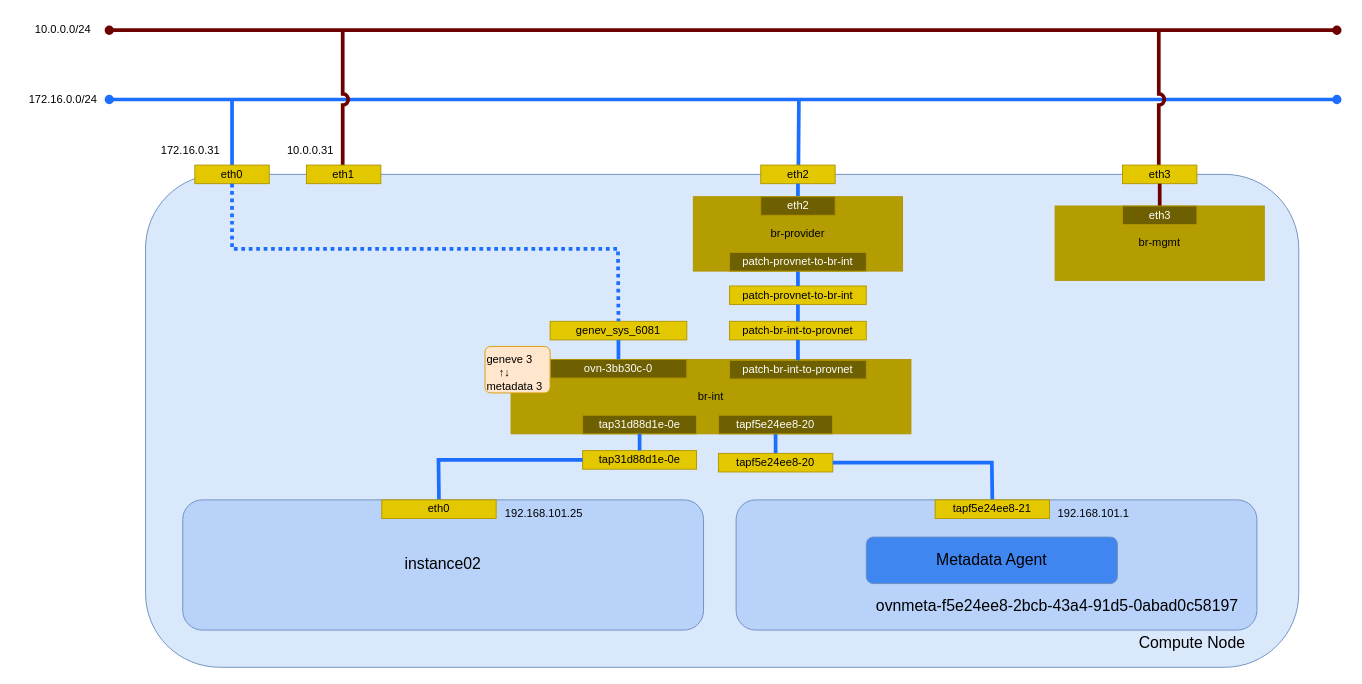
Above: _static/image/network_geneve_instance_ovn.drawio in 9506hqwy/openstack_study_notes (draw.io), before the change. Source tidied: cells renumbered, new cells numbered last; positions are measured from the earlier drawing's top-left corner, leaving out a move shared by most shapes. Both pictures are drawn from the tidied source at 93%, with x=0, y=0 at pixel (16, 16).
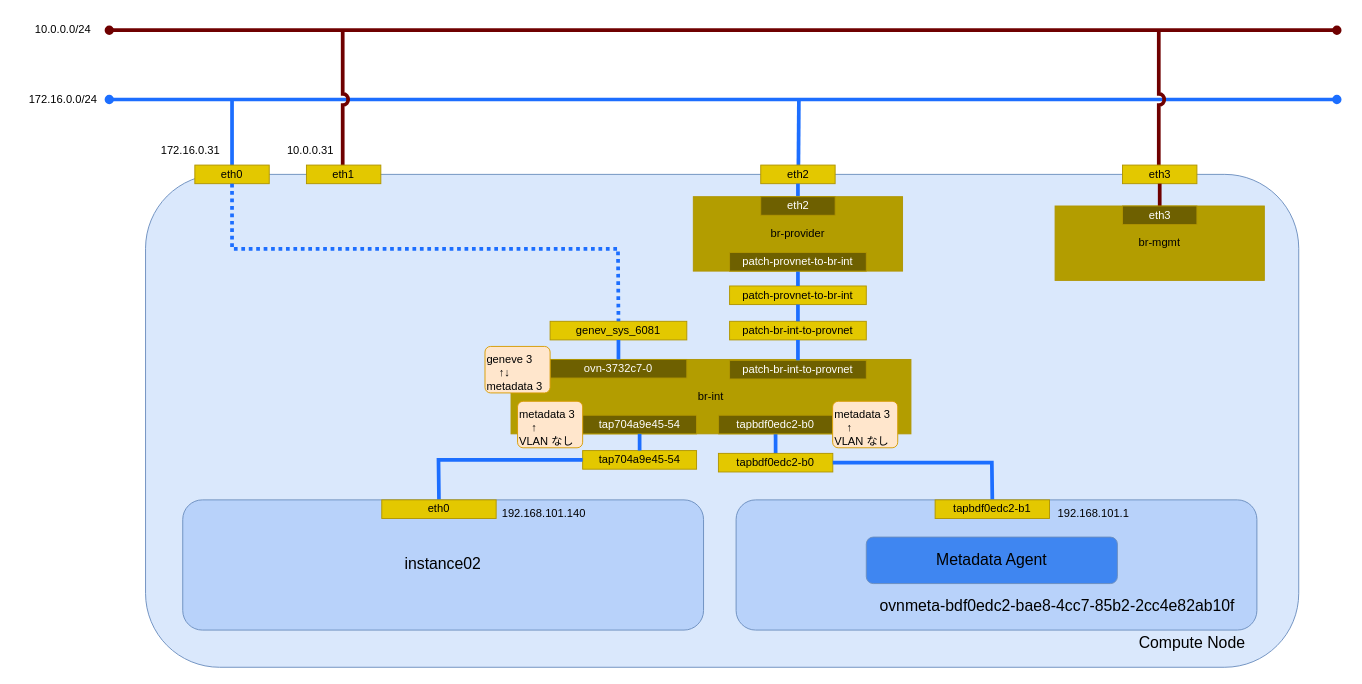
The same diagram, later.

Change to the diagram source:
```diff
@@
-    <mxCell id="33" value="&lt;font color=&quot;#ffffff&quot;&gt;tapf5e24ee8-20&lt;/font&gt;" style="rounded=0;whiteSpace=wrap;html=1;fillColor=#6E6000;fontColor=#000000;strokeColor=#B09500;" parent="10" vertex="1">
+    <mxCell id="33" value="&lt;font color=&quot;#ffffff&quot;&gt;tapbdf0edc2-b0&lt;/font&gt;" style="rounded=0;whiteSpace=wrap;html=1;fillColor=#6E6000;fontColor=#000000;strokeColor=#B09500;" parent="10" vertex="1">
       <mxGeometry x="755.2" y="429" width="122.5" height="20" as="geometry" />
     </mxCell>
@@
-    <mxCell id="35" value="&lt;font color=&quot;#ffffff&quot;&gt;tap31d88d1e-0e&lt;/font&gt;" style="rounded=0;whiteSpace=wrap;html=1;fillColor=#6E6000;fontColor=#000000;strokeColor=#B09500;" parent="10" vertex="1">
+    <mxCell id="35" value="&lt;font color=&quot;#ffffff&quot;&gt;tap704a9e45-54&lt;/font&gt;" style="rounded=0;whiteSpace=wrap;html=1;fillColor=#6E6000;fontColor=#000000;strokeColor=#B09500;" parent="10" vertex="1">
       <mxGeometry x="609" y="429" width="122.5" height="20" as="geometry" />
     </mxCell>
-    <mxCell id="36" value="tap31d88d1e-0e" style="rounded=0;whiteSpace=wrap;html=1;fillColor=#e3c800;fontColor=#000000;strokeColor=#B09500;" parent="10" vertex="1">
+    <mxCell id="36" value="tap704a9e45-54" style="rounded=0;whiteSpace=wrap;html=1;fillColor=#e3c800;fontColor=#000000;strokeColor=#B09500;" parent="10" vertex="1">
       <mxGeometry x="609" y="467" width="122.5" height="20" as="geometry" />
     </mxCell>
@@
-    <mxCell id="38" value="tapf5e24ee8-20" style="rounded=0;whiteSpace=wrap;html=1;fillColor=#e3c800;fontColor=#000000;strokeColor=#B09500;" parent="10" vertex="1">
+    <mxCell id="38" value="tapbdf0edc2-b0" style="rounded=0;whiteSpace=wrap;html=1;fillColor=#e3c800;fontColor=#000000;strokeColor=#B09500;" parent="10" vertex="1">
       <mxGeometry x="755" y="470" width="123" height="20" as="geometry" />
     </mxCell>
@@
-    <mxCell id="41" value="&lt;font color=&quot;#ffffff&quot;&gt;ovn-3bb30c-0&lt;/font&gt;" style="rounded=0;whiteSpace=wrap;html=1;fillColor=#6E6000;fontColor=#000000;strokeColor=#B09500;" parent="10" vertex="1">
+    <mxCell id="41" value="&lt;font color=&quot;#ffffff&quot;&gt;ovn-3732c7-0&lt;/font&gt;" style="rounded=0;whiteSpace=wrap;html=1;fillColor=#6E6000;fontColor=#000000;strokeColor=#B09500;" parent="10" vertex="1">
       <mxGeometry x="574" y="369" width="147" height="20" as="geometry" />
     </mxCell>
@@
+    <mxCell id="55" value="&lt;div&gt;metadata 3&lt;/div&gt;&lt;div&gt;&amp;nbsp;&amp;nbsp;&amp;nbsp; ↑&lt;br&gt;&lt;/div&gt;&lt;div&gt;VLAN なし&lt;br&gt;&lt;/div&gt;" style="text;html=1;whiteSpace=wrap;overflow=hidden;rounded=1;fillColor=#ffe6cc;strokeColor=#d79b00;arcSize=12;" parent="10" vertex="1">
+      <mxGeometry x="877.8" y="414" width="70" height="50" as="geometry" />
+    </mxCell>
+    <mxCell id="56" value="&lt;div&gt;metadata 3&lt;/div&gt;&lt;div&gt;&amp;nbsp;&amp;nbsp;&amp;nbsp; ↑&lt;br&gt;&lt;/div&gt;&lt;div&gt;VLAN なし&lt;br&gt;&lt;/div&gt;" style="text;html=1;whiteSpace=wrap;overflow=hidden;rounded=1;fillColor=#ffe6cc;strokeColor=#d79b00;arcSize=12;" parent="10" vertex="1">
+      <mxGeometry x="539" y="414" width="70" height="50" as="geometry" />
+    </mxCell>
@@
-    <mxCell id="48" value="&lt;font style=&quot;font-size: 17px;&quot;&gt;ovnmeta-f5e24ee8-2bcb-43a4-91d5-0abad0c58197&lt;/font&gt;" style="text;html=1;align=center;verticalAlign=middle;strokeColor=none;fillColor=none;" parent="46" vertex="1">
+    <mxCell id="48" value="&lt;font style=&quot;font-size: 17px;&quot;&gt;ovnmeta-bdf0edc2-bae8-4cc7-85b2-2cc4e82ab10f&lt;/font&gt;" style="text;html=1;align=center;verticalAlign=middle;strokeColor=none;fillColor=none;" parent="46" vertex="1">
       <mxGeometry x="914" y="620" width="410" height="30" as="geometry" />
     </mxCell>
@@
-    <mxCell id="51" value="tapf5e24ee8-21" style="rounded=0;whiteSpace=wrap;html=1;fillColor=#e3c800;fontColor=#000000;strokeColor=#B09500;" parent="46" vertex="1">
+    <mxCell id="51" value="tapbdf0edc2-b1" style="rounded=0;whiteSpace=wrap;html=1;fillColor=#e3c800;fontColor=#000000;strokeColor=#B09500;" parent="46" vertex="1">
       <mxGeometry x="988" y="520" width="123" height="20" as="geometry" />
     </mxCell>
@@
-    <mxCell id="53" value="192.168.101.25" style="text;html=1;align=center;verticalAlign=middle;strokeColor=none;fillColor=none;" parent="46" vertex="1">
-      <mxGeometry x="512" y="520" width="110" height="30" as="geometry" />
+    <mxCell id="53" value="192.168.101.140" style="text;html=1;align=center;verticalAlign=middle;strokeColor=none;fillColor=none;" parent="46" vertex="1">
+      <mxGeometry x="507" y="520" width="120" height="30" as="geometry" />
     </mxCell>
```
